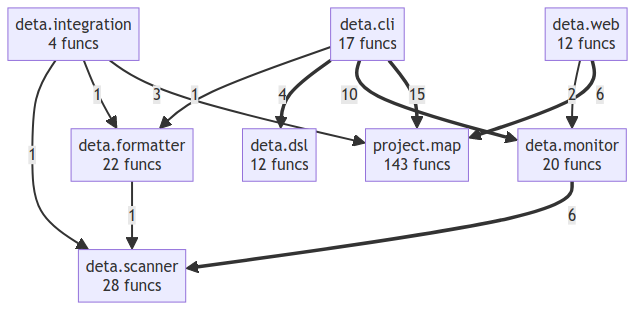
Before: project/compact_flow.png, a diagram exported from Mermaid (semcod/deta). Its source is kept beside it as project/compact_flow.mmd.
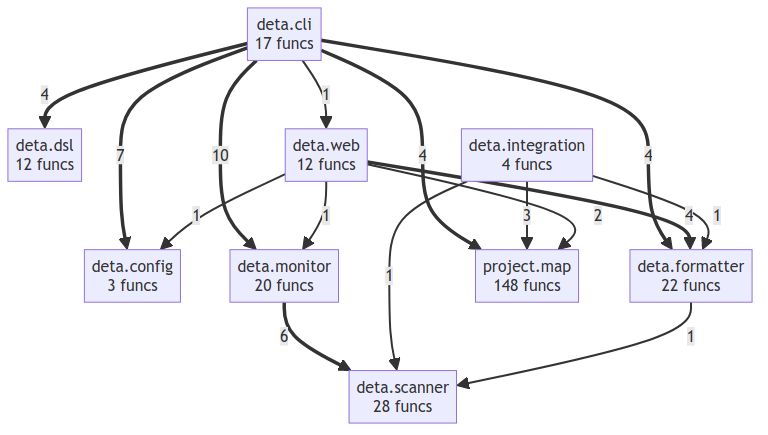
Later version of the same file.

The edit, as a diff of the source:
```diff
@@ -1,20 +1,25 @@
 flowchart TD
     deta__cli["deta.cli<br/>17 funcs"]
+    deta__config["deta.config<br/>3 funcs"]
     deta__dsl["deta.dsl<br/>12 funcs"]
     deta__formatter["deta.formatter<br/>22 funcs"]
     deta__integration["deta.integration<br/>4 funcs"]
     deta__monitor["deta.monitor<br/>20 funcs"]
     deta__scanner["deta.scanner<br/>28 funcs"]
     deta__web["deta.web<br/>12 funcs"]
-    project__map["project.map<br/>143 funcs"]
-    deta__cli ==>|15| project__map
+    project__map["project.map<br/>148 funcs"]
     deta__cli ==>|10| deta__monitor
+    deta__cli ==>|7| deta__config
     deta__monitor ==>|6| deta__scanner
-    deta__web ==>|6| project__map
+    deta__cli ==>|4| project__map
+    deta__cli ==>|4| deta__formatter
     deta__cli ==>|4| deta__dsl
+    deta__web ==>|4| deta__formatter
     deta__integration -->|3| project__map
-    deta__web -->|2| deta__monitor
+    deta__web -->|2| project__map
+    deta__cli -->|1| deta__web
+    deta__web -->|1| deta__monitor
+    deta__web -->|1| deta__config
     deta__integration -->|1| deta__formatter
     deta__integration -->|1| deta__scanner
     deta__formatter -->|1| deta__scanner
-    deta__cli -->|1| deta__formatter
```
